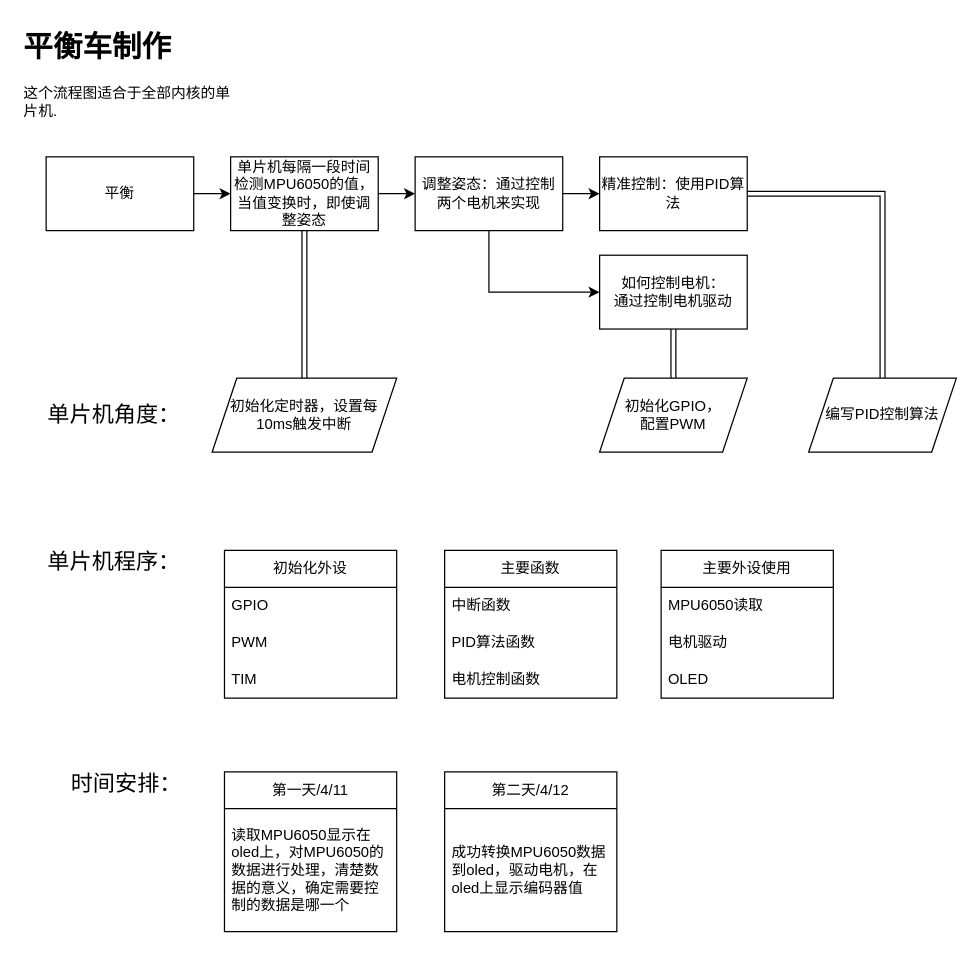
Earlier version of the draw.io diagram 流程图/平衡车.drawio (mlhua/hua). Source tidied: cells renumbered, new cells numbered last; positions are measured from the earlier drawing's top-left corner, leaving out a move shared by most shapes. Both pictures are drawn from the tidied source at 123%, with x=0, y=0 at pixel (21, 21).
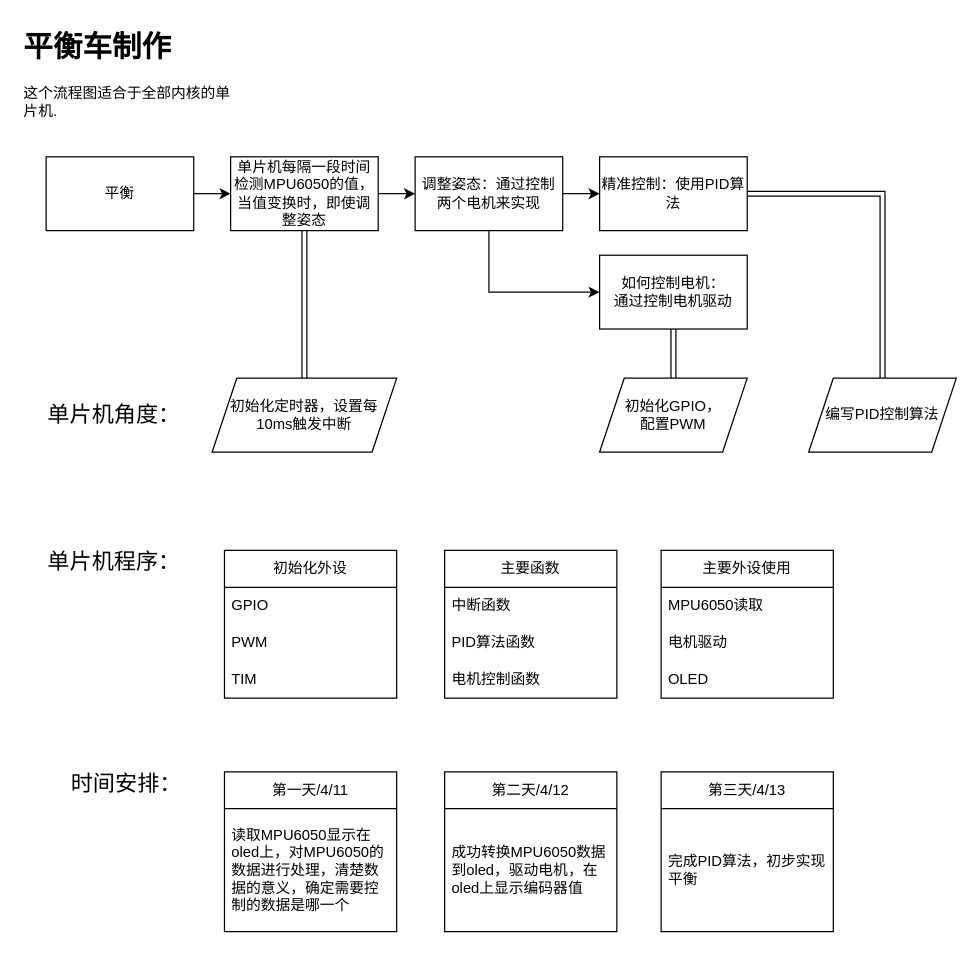
The same diagram, later.

Commit message:
更新平衡车.drawio

Change to the diagram source:
```diff
@@
+    <mxCell id="37" value="第三天/4/13" style="swimlane;fontStyle=0;horizontal=1;startSize=30;whiteSpace=wrap;html=1;" parent="1" vertex="1">
+      <mxGeometry x="520" y="610" width="140" height="130" as="geometry" />
+    </mxCell>
+    <mxCell id="38" value="完成PID算法，初步实现平衡" style="text;strokeColor=none;fillColor=none;align=left;verticalAlign=middle;spacingLeft=4;spacingRight=4;overflow=hidden;whiteSpace=wrap;html=1;" parent="37" vertex="1">
+      <mxGeometry y="30" width="140" height="100" as="geometry" />
+    </mxCell>
```
